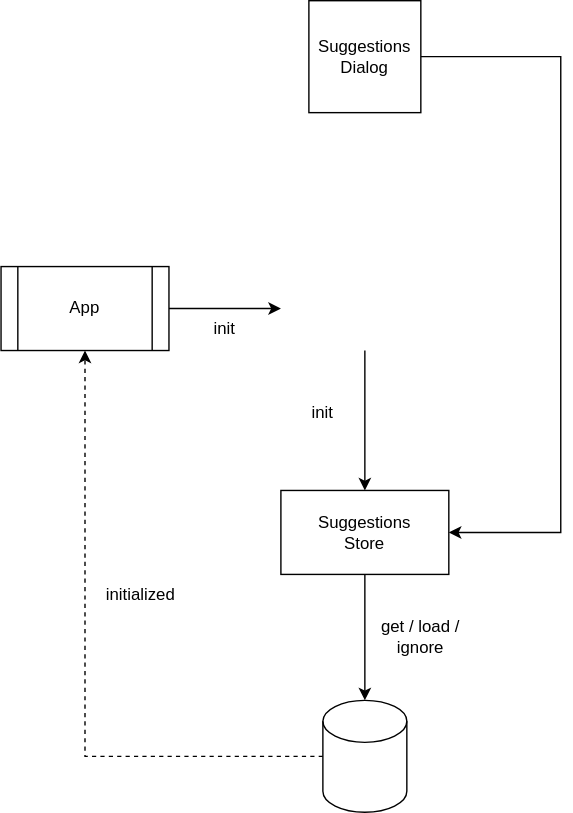
This is docs/stores_and_services.svg from evandor/tabsets, a draw.io export, as it was before one commit. Source tidied: cells renumbered, new cells last; positions are measured from the earlier drawing's top-left corner, leaving out a move shared by most shapes.
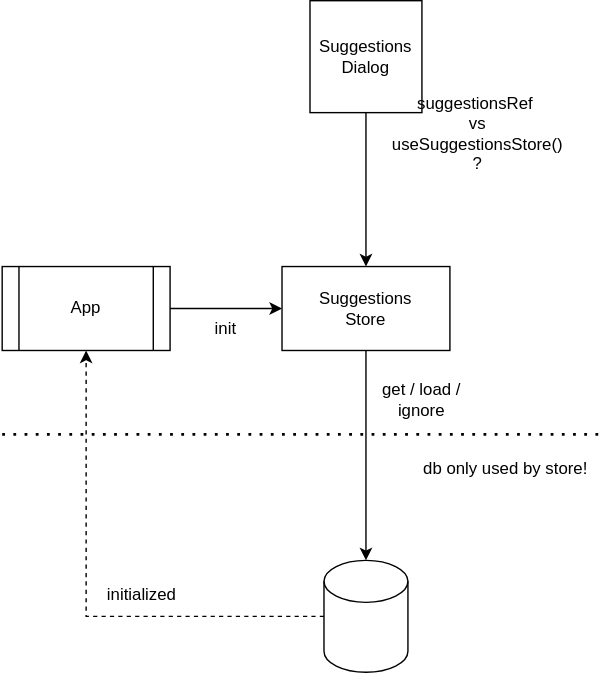
Later version of the same file.

The edit, as a diff of the source:
```diff
@@ -2,30 +2,20 @@
   <root>
     <mxCell id="0" />
     <mxCell id="1" parent="0" />
-    <mxCell id="2" style="edgeStyle=orthogonalEdgeStyle;rounded=0;jettySize=auto;html=1;entryX=0.5;entryY=0;entryDx=0;entryDy=0;" parent="1" edge="1" target="6">
-      <mxGeometry relative="1" as="geometry">
-        <mxPoint x="260" y="250" as="sourcePoint" />
-      </mxGeometry>
-    </mxCell>
     <mxCell id="3" style="edgeStyle=orthogonalEdgeStyle;rounded=0;jettySize=auto;html=1;entryX=0.5;entryY=1;entryDx=0;entryDy=0;dashed=1;" parent="1" edge="1" source="4" target="10">
       <mxGeometry relative="1" as="geometry" />
     </mxCell>
     <mxCell id="4" style="shape=cylinder3;whiteSpace=wrap;html=1;boundedLbl=1;backgroundOutline=1;size=15;" parent="1" vertex="1">
-      <mxGeometry x="230" y="500" width="60" height="80" as="geometry" />
+      <mxGeometry x="230" y="400" width="60" height="80" as="geometry" />
     </mxCell>
     <mxCell id="5" style="edgeStyle=orthogonalEdgeStyle;rounded=0;jettySize=auto;html=1;" parent="1" edge="1" source="6" target="4">
       <mxGeometry relative="1" as="geometry" />
     </mxCell>
     <mxCell id="6" value="Suggestions&lt;br&gt;Store" style="rounded=0;whiteSpace=wrap;html=1;" parent="1" vertex="1">
-      <mxGeometry x="200" y="350" width="120" height="60" as="geometry" />
+      <mxGeometry x="200" y="190" width="120" height="60" as="geometry" />
     </mxCell>
-    <mxCell id="7" style="edgeStyle=orthogonalEdgeStyle;rounded=0;jettySize=auto;html=1;" parent="1" edge="1" source="8" target="6">
-      <mxGeometry relative="1" as="geometry">
-        <Array as="points">
-          <mxPoint x="400" y="40" />
-          <mxPoint x="400" y="380" />
-        </Array>
-      </mxGeometry>
+    <mxCell id="7" style="edgeStyle=orthogonalEdgeStyle;rounded=0;jettySize=auto;html=1;entryX=0.5;entryY=0;entryDx=0;entryDy=0;" parent="1" edge="1" source="8" target="6">
+      <mxGeometry relative="1" as="geometry" />
     </mxCell>
     <mxCell id="8" value="Suggestions&lt;br&gt;Dialog" style="whiteSpace=wrap;html=1;" parent="1" vertex="1">
       <mxGeometry x="220" width="80" height="80" as="geometry" />
@@ -44,11 +34,20 @@
     <mxCell id="12" value="init" style="text;html=1;strokeColor=none;fillColor=none;align=center;verticalAlign=middle;whiteSpace=wrap;rounded=0;" parent="1" vertex="1">
       <mxGeometry x="130" y="220" width="60" height="30" as="geometry" />
     </mxCell>
-    <mxCell id="13" value="init" style="text;html=1;strokeColor=none;fillColor=none;align=center;verticalAlign=middle;whiteSpace=wrap;rounded=0;" parent="1" vertex="1">
-      <mxGeometry x="200" y="280" width="60" height="30" as="geometry" />
-    </mxCell>
     <mxCell id="14" value="get / load /&lt;br&gt;ignore" style="text;html=1;strokeColor=none;fillColor=none;align=center;verticalAlign=middle;whiteSpace=wrap;rounded=0;" parent="1" vertex="1">
-      <mxGeometry x="270" y="440" width="60" height="30" as="geometry" />
+      <mxGeometry x="270" y="270" width="60" height="30" as="geometry" />
     </mxCell>
+    <mxCell id="15" style="endArrow=none;dashed=1;html=1;dashPattern=1 3;strokeWidth=2;rounded=0;" parent="1" edge="1">
+      <mxGeometry relative="1" as="geometry">
+        <mxPoint y="310" as="sourcePoint" />
+        <mxPoint x="430" y="310" as="targetPoint" />
+      </mxGeometry>
+    </mxCell>
+    <mxCell id="16" value="db only used by store!" style="text;html=1;strokeColor=none;fillColor=none;align=center;verticalAlign=middle;whiteSpace=wrap;rounded=0;" parent="1" vertex="1">
+      <mxGeometry x="290" y="320" width="140" height="30" as="geometry" />
+    </mxCell>
+    <mxCell id="17" value="suggestionsRef&amp;nbsp;&lt;br&gt;vs&lt;br&gt;useSuggestionsStore() ?" style="text;html=1;strokeColor=none;fillColor=none;align=center;verticalAlign=middle;whiteSpace=wrap;rounded=0;" parent="1" vertex="1">
+      <mxGeometry x="310" y="80" width="60" height="30" as="geometry" />
+    </mxCell>
   </root>
 </mxGraphModel>
```
